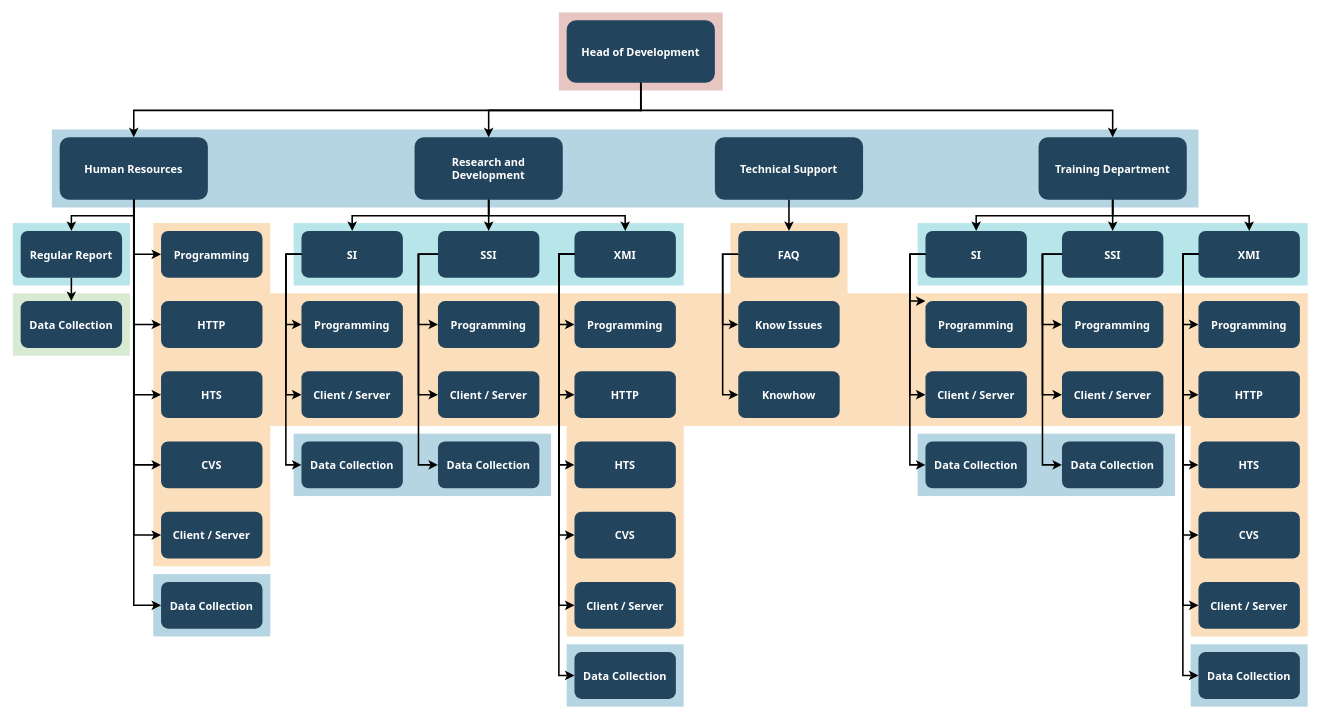
This is Biểu đồ không có tiêu đề.drawio from tunykush/login-captcha, a draw.io file, before an edit. Source tidied: cells renumbered, new cells numbered last; positions are measured from the earlier drawing's top-left corner, leaving out a move shared by most shapes. Both pictures are drawn from the tidied source at 78%, with x=0, y=0 at pixel (12, 12).
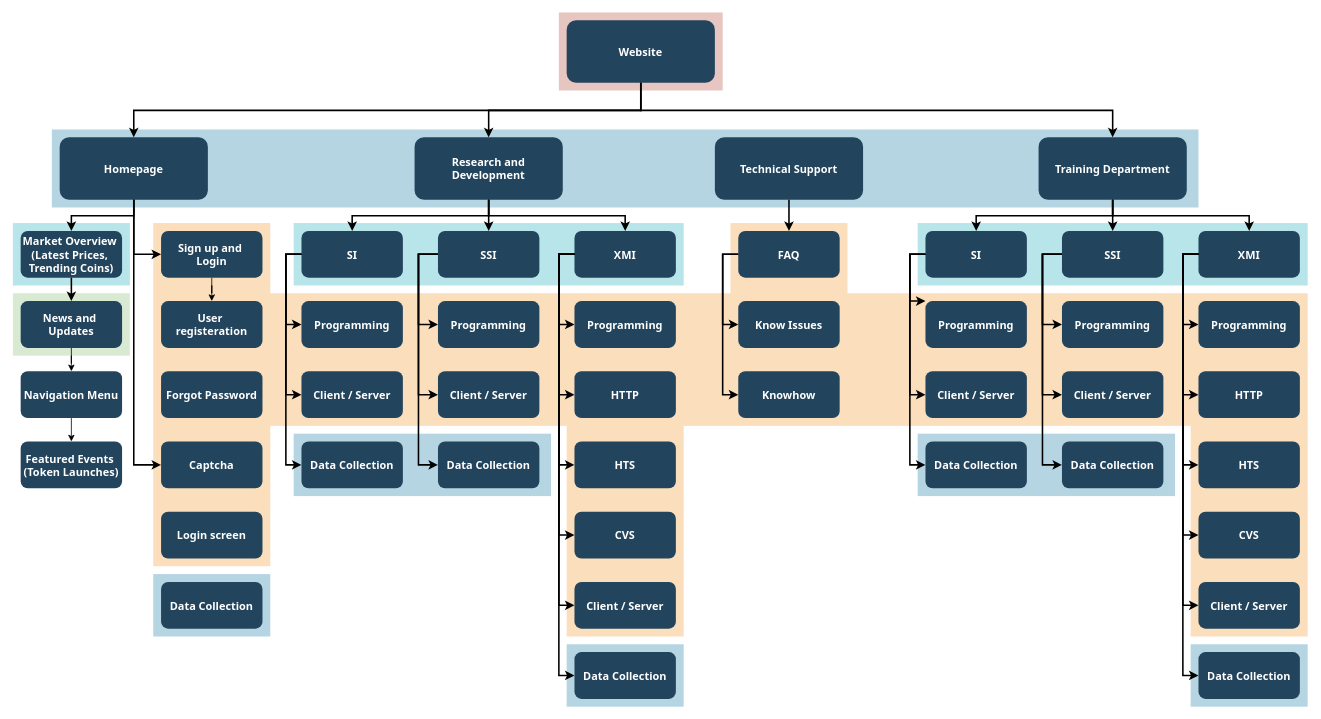
After the change.

Commit message:
roadmap website

The change refers to these unchanged cells:
```xml
<mxCell id="31" value="Data Collection" style="rounded=1;fillColor=#23445D;gradientColor=none;strokeColor=none;fontColor=#FFFFFF;fontStyle=1;fontFamily=Tahoma;fontSize=14;" parent="1" vertex="1">
  <mxGeometry x="190" y="729.5" width="130" height="60" as="geometry" />
</mxCell>
```

The edit, as a diff of the source:
```diff
@@
-    <mxCell id="18" value="Head of Development" style="rounded=1;fillColor=#23445D;gradientColor=none;strokeColor=none;fontColor=#FFFFFF;fontStyle=1;fontFamily=Tahoma;fontSize=14;" parent="1" vertex="1">
+    <mxCell id="18" value="Website" style="rounded=1;fillColor=#23445D;gradientColor=none;strokeColor=none;fontColor=#FFFFFF;fontStyle=1;fontFamily=Tahoma;fontSize=14;" parent="1" vertex="1">
       <mxGeometry x="710" y="9.5" width="190" height="80" as="geometry" />
     </mxCell>
@@
-    <mxCell id="23" value="Human Resources" style="rounded=1;fillColor=#23445D;gradientColor=none;strokeColor=none;fontColor=#FFFFFF;fontStyle=1;fontFamily=Tahoma;fontSize=14;" parent="1" vertex="1">
+    <mxCell id="23" value="Homepage" style="rounded=1;fillColor=#23445D;gradientColor=none;strokeColor=none;fontColor=#FFFFFF;fontStyle=1;fontFamily=Tahoma;fontSize=14;" parent="1" vertex="1">
       <mxGeometry x="60" y="159.5" width="190" height="80" as="geometry" />
     </mxCell>
-    <mxCell id="24" value="Regular Report" style="rounded=1;fillColor=#23445D;gradientColor=none;strokeColor=none;fontColor=#FFFFFF;fontStyle=1;fontFamily=Tahoma;fontSize=14;" parent="1" vertex="1">
+    <mxCell id="24" value="Market Overview &#10;(Latest Prices, &#10;Trending Coins)" style="rounded=1;fillColor=#23445D;gradientColor=none;strokeColor=none;fontColor=#FFFFFF;fontStyle=1;fontFamily=Tahoma;fontSize=14;" parent="1" vertex="1">
       <mxGeometry x="10" y="279.5" width="130" height="60" as="geometry" />
     </mxCell>
+    <mxCell id="108" style="edgeStyle=orthogonalEdgeStyle;rounded=0;jettySize=auto;html=1;" parent="1" edge="1" source="25" target="111">
+      <mxGeometry relative="1" as="geometry" />
+    </mxCell>
-    <mxCell id="25" value="Data Collection" style="rounded=1;fillColor=#23445D;gradientColor=none;strokeColor=none;fontColor=#FFFFFF;fontStyle=1;fontFamily=Tahoma;fontSize=14;" parent="1" vertex="1">
+    <mxCell id="25" value="News and &#10;Updates" style="rounded=1;fillColor=#23445D;gradientColor=none;strokeColor=none;fontColor=#FFFFFF;fontStyle=1;fontFamily=Tahoma;fontSize=14;" parent="1" vertex="1">
       <mxGeometry x="10" y="369.5" width="130" height="60" as="geometry" />
     </mxCell>
+    <mxCell id="109" style="edgeStyle=orthogonalEdgeStyle;rounded=0;jettySize=auto;html=1;" parent="1" edge="1" source="26" target="27">
+      <mxGeometry relative="1" as="geometry" />
+    </mxCell>
-    <mxCell id="26" value="Programming" style="rounded=1;fillColor=#23445D;gradientColor=none;strokeColor=none;fontColor=#FFFFFF;fontStyle=1;fontFamily=Tahoma;fontSize=14;" parent="1" vertex="1">
+    <mxCell id="26" value="Sign up and &#10;Login" style="rounded=1;fillColor=#23445D;gradientColor=none;strokeColor=none;fontColor=#FFFFFF;fontStyle=1;fontFamily=Tahoma;fontSize=14;" parent="1" vertex="1">
       <mxGeometry x="190" y="279.5" width="130" height="60" as="geometry" />
     </mxCell>
-    <mxCell id="27" value="HTTP" style="rounded=1;fillColor=#23445D;gradientColor=none;strokeColor=none;fontColor=#FFFFFF;fontStyle=1;fontFamily=Tahoma;fontSize=14;" parent="1" vertex="1">
+    <mxCell id="27" value="User &#10;registeration" style="rounded=1;fillColor=#23445D;gradientColor=none;strokeColor=none;fontColor=#FFFFFF;fontStyle=1;fontFamily=Tahoma;fontSize=14;" parent="1" vertex="1">
       <mxGeometry x="190" y="369.5" width="130" height="60" as="geometry" />
     </mxCell>
-    <mxCell id="28" value="HTS" style="rounded=1;fillColor=#23445D;gradientColor=none;strokeColor=none;fontColor=#FFFFFF;fontStyle=1;fontFamily=Tahoma;fontSize=14;" parent="1" vertex="1">
+    <mxCell id="28" value="Forgot Password" style="rounded=1;fillColor=#23445D;gradientColor=none;strokeColor=none;fontColor=#FFFFFF;fontStyle=1;fontFamily=Tahoma;fontSize=14;" parent="1" vertex="1">
       <mxGeometry x="190" y="459.5" width="130" height="60" as="geometry" />
     </mxCell>
-    <mxCell id="29" value="CVS" style="rounded=1;fillColor=#23445D;gradientColor=none;strokeColor=none;fontColor=#FFFFFF;fontStyle=1;fontFamily=Tahoma;fontSize=14;" parent="1" vertex="1">
+    <mxCell id="29" value="Captcha" style="rounded=1;fillColor=#23445D;gradientColor=none;strokeColor=none;fontColor=#FFFFFF;fontStyle=1;fontFamily=Tahoma;fontSize=14;" parent="1" vertex="1">
       <mxGeometry x="190" y="549.5" width="130" height="60" as="geometry" />
     </mxCell>
-    <mxCell id="30" value="Client / Server" style="rounded=1;fillColor=#23445D;gradientColor=none;strokeColor=none;fontColor=#FFFFFF;fontStyle=1;fontFamily=Tahoma;fontSize=14;" parent="1" vertex="1">
+    <mxCell id="30" value="Login screen" style="rounded=1;fillColor=#23445D;gradientColor=none;strokeColor=none;fontColor=#FFFFFF;fontStyle=1;fontFamily=Tahoma;fontSize=14;" parent="1" vertex="1">
       <mxGeometry x="190" y="639.5" width="130" height="60" as="geometry" />
     </mxCell>
@@
-    <mxCell id="69" style="edgeStyle=elbowEdgeStyle;elbow=horizontal;strokeWidth=2;rounded=0;" parent="1" edge="1" source="23" target="27">
-      <mxGeometry x="-23" y="135.5" as="geometry">
-        <Array as="points">
-          <mxPoint x="155" y="299.5" />
-        </Array>
-      </mxGeometry>
-    </mxCell>
-    <mxCell id="70" style="edgeStyle=elbowEdgeStyle;elbow=horizontal;strokeWidth=2;rounded=0;" parent="1" edge="1" source="23" target="28">
-      <mxGeometry x="-23" y="135.5" as="geometry">
-        <Array as="points">
-          <mxPoint x="155" y="349.5" />
-        </Array>
-      </mxGeometry>
-    </mxCell>
-    <mxCell id="71" style="edgeStyle=elbowEdgeStyle;elbow=horizontal;strokeWidth=2;rounded=0;" parent="1" edge="1" source="23" target="29">
-      <mxGeometry x="-23" y="135.5" as="geometry">
-        <Array as="points">
-          <mxPoint x="155" y="399.5" />
-        </Array>
-      </mxGeometry>
-    </mxCell>
-    <mxCell id="72" style="edgeStyle=elbowEdgeStyle;elbow=horizontal;strokeWidth=2;rounded=0;" parent="1" edge="1" source="23" target="30">
-      <mxGeometry x="-23" y="135.5" as="geometry">
-        <Array as="points">
-          <mxPoint x="155" y="439.5" />
-        </Array>
-      </mxGeometry>
-    </mxCell>
-    <mxCell id="73" style="edgeStyle=elbowEdgeStyle;elbow=horizontal;strokeWidth=2;rounded=0;" parent="1" edge="1" source="23" target="31">
+    <mxCell id="73" style="edgeStyle=elbowEdgeStyle;elbow=horizontal;strokeWidth=2;rounded=0;entryX=0;entryY=0.5;entryDx=0;entryDy=0;" parent="1" edge="1" source="23" target="29">
       <mxGeometry x="-23" y="135.5" as="geometry">
         <Array as="points">
           <mxPoint x="155" y="489.5" />
         </Array>
       </mxGeometry>
     </mxCell>
@@
+    <mxCell id="110" style="edgeStyle=orthogonalEdgeStyle;rounded=0;jettySize=auto;html=1;" parent="1" edge="1" source="111" target="112">
+      <mxGeometry relative="1" as="geometry">
+        <Array as="points">
+          <mxPoint x="75" y="554" />
+          <mxPoint x="75" y="554" />
+        </Array>
+      </mxGeometry>
+    </mxCell>
+    <mxCell id="111" value="Navigation Menu" style="rounded=1;fillColor=#23445D;gradientColor=none;strokeColor=none;fontColor=#FFFFFF;fontStyle=1;fontFamily=Tahoma;fontSize=14;" parent="1" vertex="1">
+      <mxGeometry x="10" y="459.5" width="130" height="60" as="geometry" />
+    </mxCell>
+    <mxCell id="112" value="Featured Events &#10;(Token Launches)" style="rounded=1;fillColor=#23445D;gradientColor=none;strokeColor=none;fontColor=#FFFFFF;fontStyle=1;fontFamily=Tahoma;fontSize=14;" parent="1" vertex="1">
+      <mxGeometry x="10" y="549.5" width="130" height="60" as="geometry" />
+    </mxCell>
```
